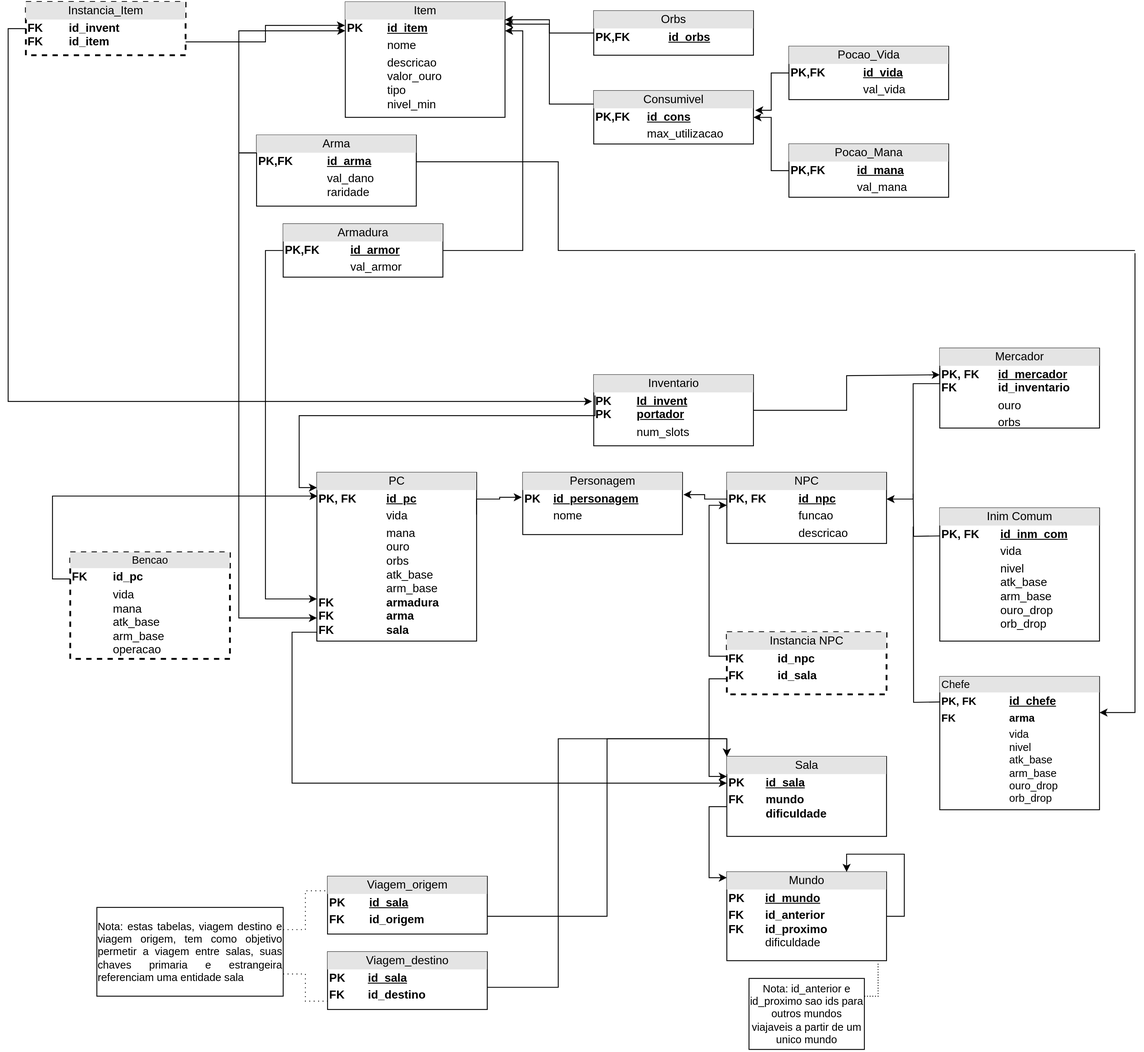
Earlier version of the draw.io export docs/images/MER.svg (SBD1/2023.2-Dark-Souls). Source tidied: cells renumbered, new cells last; positions are measured from the earlier drawing's top-left corner, leaving out a move shared by most shapes.
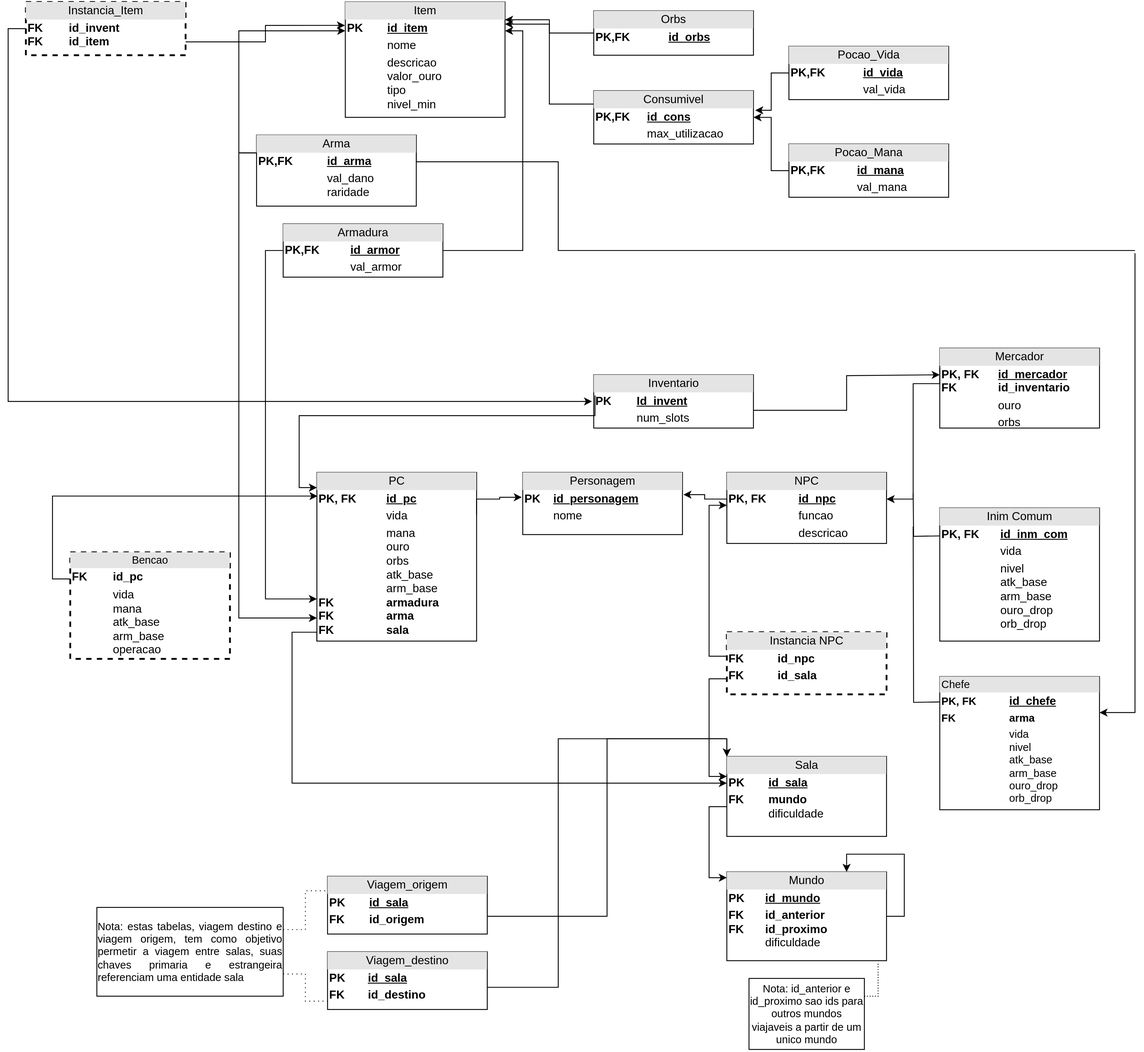
The same file after the commit.

Change to the diagram source:
```diff
@@ -85,8 +85,8 @@
         </Array>
       </mxGeometry>
     </mxCell>
-    <mxCell id="17" value="&lt;div style=&quot;text-align: center; box-sizing: border-box; width: 100%; background: rgb(228, 228, 228); padding: 2px; font-size: 13px;&quot;&gt;&lt;font style=&quot;font-size: 13px;&quot;&gt;Inventario&lt;/font&gt;&lt;/div&gt;&lt;table style=&quot;width: 100%; font-size: 13px;&quot; cellpadding=&quot;2&quot; cellspacing=&quot;0&quot;&gt;&lt;tbody&gt;&lt;tr&gt;&lt;td&gt;&lt;b&gt;&lt;font style=&quot;font-size: 13px;&quot;&gt;PK&lt;br&gt;PK&lt;/font&gt;&lt;/b&gt;&lt;/td&gt;&lt;td&gt;&lt;b&gt;&lt;u&gt;&lt;font style=&quot;font-size: 13px;&quot;&gt;Id_invent&lt;br&gt;portador&lt;/font&gt;&lt;/u&gt;&lt;/b&gt;&lt;/td&gt;&lt;/tr&gt;&lt;tr&gt;&lt;td&gt;&lt;font style=&quot;font-size: 13px;&quot;&gt;&lt;br&gt;&lt;/font&gt;&lt;/td&gt;&lt;td&gt;&lt;font style=&quot;font-size: 13px;&quot;&gt;num_slots&lt;/font&gt;&lt;/td&gt;&lt;/tr&gt;&lt;tr&gt;&lt;td&gt;&lt;/td&gt;&lt;td&gt;&lt;font style=&quot;font-size: 13px;&quot;&gt;&lt;br&gt;&lt;/font&gt;&lt;/td&gt;&lt;/tr&gt;&lt;/tbody&gt;&lt;/table&gt;" style="verticalAlign=top;align=left;overflow=fill;html=1;whiteSpace=wrap;strokeWidth=1;" parent="1" vertex="1">
-      <mxGeometry x="660" y="420" width="180" height="80" as="geometry" />
+    <mxCell id="17" value="&lt;div style=&quot;text-align: center; box-sizing: border-box; width: 100%; background: rgb(228, 228, 228); padding: 2px; font-size: 13px;&quot;&gt;&lt;font style=&quot;font-size: 13px;&quot;&gt;Inventario&lt;/font&gt;&lt;/div&gt;&lt;table style=&quot;width: 100%; font-size: 13px;&quot; cellpadding=&quot;2&quot; cellspacing=&quot;0&quot;&gt;&lt;tbody&gt;&lt;tr&gt;&lt;td&gt;&lt;b&gt;&lt;font style=&quot;font-size: 13px;&quot;&gt;PK&lt;br&gt;&lt;/font&gt;&lt;/b&gt;&lt;/td&gt;&lt;td&gt;&lt;b&gt;&lt;u&gt;&lt;font style=&quot;font-size: 13px;&quot;&gt;Id_invent&lt;/font&gt;&lt;/u&gt;&lt;br&gt;&lt;/b&gt;&lt;/td&gt;&lt;/tr&gt;&lt;tr&gt;&lt;td&gt;&lt;font style=&quot;font-size: 13px;&quot;&gt;&lt;br&gt;&lt;/font&gt;&lt;/td&gt;&lt;td&gt;&lt;font style=&quot;font-size: 13px;&quot;&gt;num_slots&lt;/font&gt;&lt;/td&gt;&lt;/tr&gt;&lt;tr&gt;&lt;td&gt;&lt;/td&gt;&lt;td&gt;&lt;font style=&quot;font-size: 13px;&quot;&gt;&lt;br&gt;&lt;/font&gt;&lt;/td&gt;&lt;/tr&gt;&lt;/tbody&gt;&lt;/table&gt;" style="verticalAlign=top;align=left;overflow=fill;html=1;whiteSpace=wrap;strokeWidth=1;" parent="1" vertex="1">
+      <mxGeometry x="660" y="420" width="180" height="60" as="geometry" />
     </mxCell>
     <mxCell id="18" value="&lt;div style=&quot;text-align: center; box-sizing: border-box; width: 100%; background: rgb(228, 228, 228); padding: 2px; font-size: 13px;&quot;&gt;Item&lt;/div&gt;&lt;table style=&quot;width: 100%; font-size: 13px;&quot; cellpadding=&quot;2&quot; cellspacing=&quot;0&quot;&gt;&lt;tbody&gt;&lt;tr&gt;&lt;td&gt;&lt;font style=&quot;font-size: 13px;&quot;&gt;&lt;b&gt;PK&lt;/b&gt;&lt;/font&gt;&lt;/td&gt;&lt;td&gt;&lt;b&gt;&lt;u&gt;id_item&lt;/u&gt;&lt;/b&gt;&lt;/td&gt;&lt;/tr&gt;&lt;tr&gt;&lt;td&gt;&lt;font style=&quot;font-size: 13px;&quot;&gt;&lt;br&gt;&lt;/font&gt;&lt;/td&gt;&lt;td&gt;nome&lt;/td&gt;&lt;/tr&gt;&lt;tr&gt;&lt;td&gt;&lt;/td&gt;&lt;td&gt;&lt;font style=&quot;font-size: 13px;&quot;&gt;descricao&lt;br&gt;valor_ouro&lt;br&gt;tipo&lt;br&gt;nivel_min&lt;/font&gt;&lt;/td&gt;&lt;/tr&gt;&lt;/tbody&gt;&lt;/table&gt;" style="verticalAlign=top;align=left;overflow=fill;html=1;whiteSpace=wrap;" parent="1" vertex="1">
       <mxGeometry x="380" width="180" height="130" as="geometry" />
@@ -192,7 +192,7 @@
         </Array>
       </mxGeometry>
     </mxCell>
-    <mxCell id="40" value="&lt;div style=&quot;text-align: center; box-sizing: border-box; width: 100%; background: rgb(228, 228, 228); padding: 2px; font-size: 13px;&quot;&gt;Sala&lt;/div&gt;&lt;table style=&quot;width: 100%; font-size: 13px;&quot; cellpadding=&quot;2&quot; cellspacing=&quot;0&quot;&gt;&lt;tbody&gt;&lt;tr&gt;&lt;td&gt;&lt;b&gt;PK&lt;/b&gt;&lt;/td&gt;&lt;td&gt;&lt;b&gt;&lt;u&gt;id_sala&lt;/u&gt;&lt;/b&gt;&lt;/td&gt;&lt;/tr&gt;&lt;tr&gt;&lt;td&gt;&lt;b&gt;FK&lt;br&gt;&lt;br&gt;&lt;/b&gt;&lt;/td&gt;&lt;td&gt;&lt;b&gt;mundo&lt;br&gt;dificuldade&lt;/b&gt;&lt;/td&gt;&lt;/tr&gt;&lt;/tbody&gt;&lt;/table&gt;" style="verticalAlign=top;align=left;overflow=fill;html=1;whiteSpace=wrap;" parent="1" vertex="1">
+    <mxCell id="40" value="&lt;div style=&quot;text-align: center; box-sizing: border-box; width: 100%; background: rgb(228, 228, 228); padding: 2px; font-size: 13px;&quot;&gt;Sala&lt;/div&gt;&lt;table style=&quot;width: 100%; font-size: 13px;&quot; cellpadding=&quot;2&quot; cellspacing=&quot;0&quot;&gt;&lt;tbody&gt;&lt;tr&gt;&lt;td&gt;&lt;b&gt;PK&lt;/b&gt;&lt;/td&gt;&lt;td&gt;&lt;b&gt;&lt;u&gt;id_sala&lt;/u&gt;&lt;/b&gt;&lt;/td&gt;&lt;/tr&gt;&lt;tr&gt;&lt;td&gt;&lt;b&gt;FK&lt;br&gt;&lt;br&gt;&lt;/b&gt;&lt;/td&gt;&lt;td&gt;&lt;b&gt;mundo&lt;br&gt;&lt;/b&gt;dificuldade&lt;/td&gt;&lt;/tr&gt;&lt;/tbody&gt;&lt;/table&gt;" style="verticalAlign=top;align=left;overflow=fill;html=1;whiteSpace=wrap;" parent="1" vertex="1">
       <mxGeometry x="810" y="850" width="180" height="90" as="geometry" />
     </mxCell>
     <mxCell id="41" style="edgeStyle=orthogonalEdgeStyle;rounded=0;jettySize=auto;html=1;exitX=0;exitY=1;exitDx=0;exitDy=0;" parent="1" edge="1" source="3" target="40">
```
